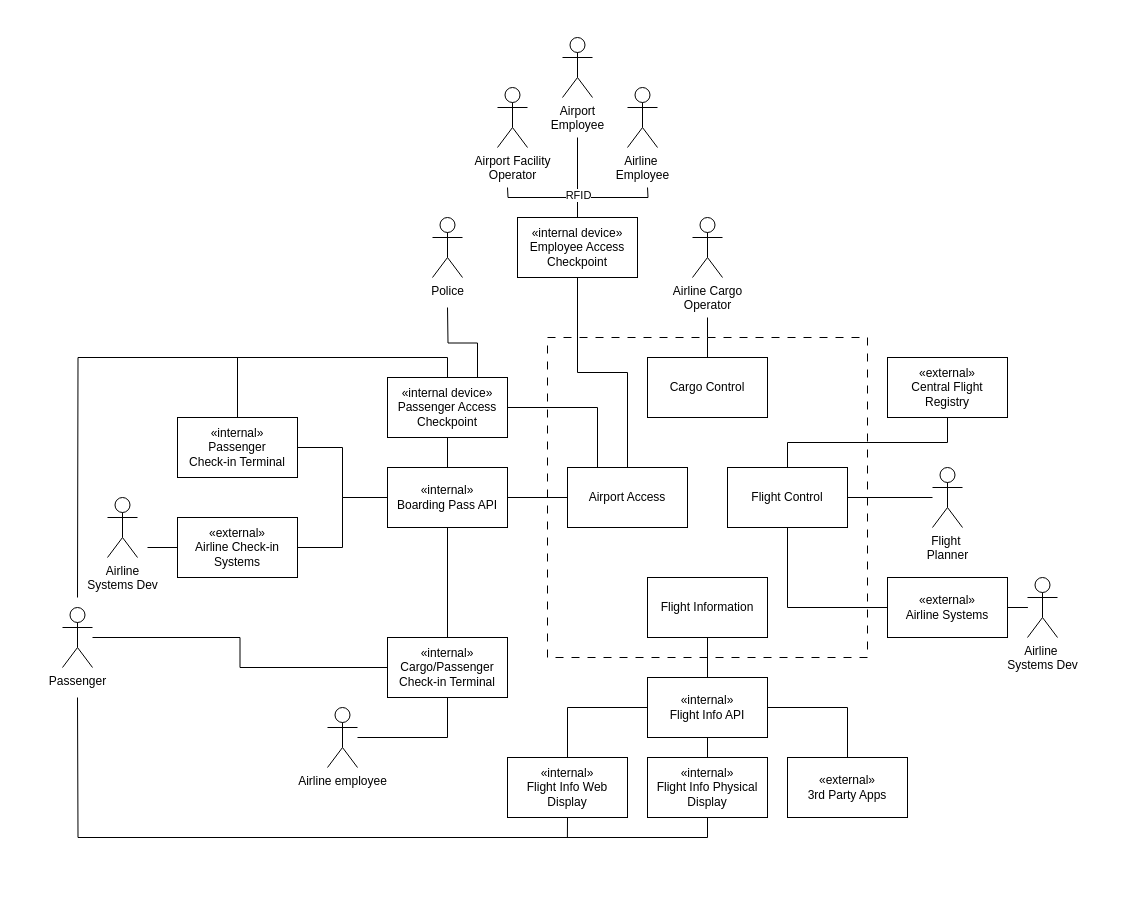
Earlier version of the draw.io diagram Diagrams/formal_context_diagram.drawio (oskarbreindahl/Softwarebyggehygge). Source tidied: cells renumbered, new cells numbered last; positions are measured from the earlier drawing's top-left corner, leaving out a move shared by most shapes. Both pictures are drawn from the tidied source at 100%, with x=0, y=0 at pixel (62, 37).
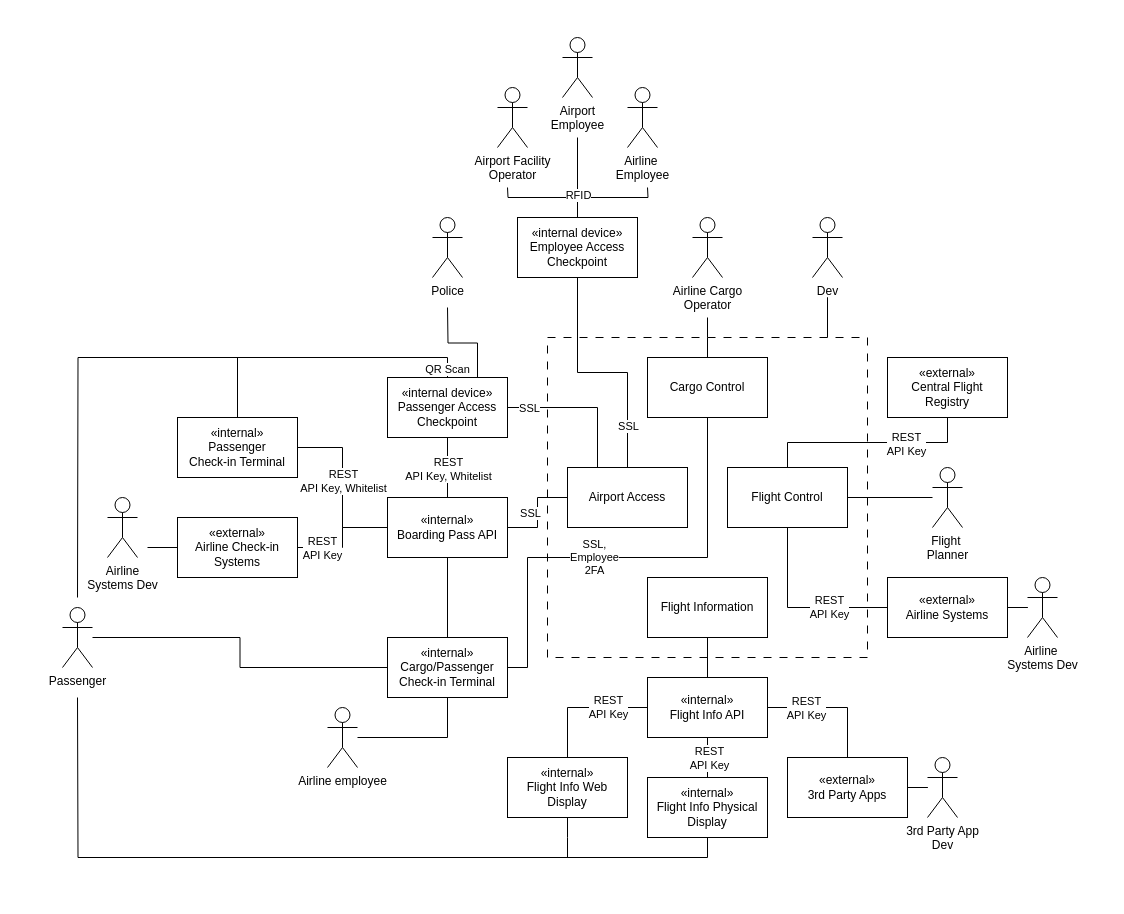
Above is the later version.

The change refers to these unchanged cells:
```xml
<mxCell id="2" style="rounded=0;whiteSpace=wrap;html=1;strokeColor=default;dashed=1;dashPattern=8 8;fillColor=none;" parent="1" vertex="1">
  <mxGeometry x="485" y="300" width="320" height="320" as="geometry" />
</mxCell>
<mxCell id="4" value="Cargo Control" style="rounded=0;whiteSpace=wrap;html=1;" parent="1" vertex="1">
  <mxGeometry x="585" y="320" width="120" height="60" as="geometry" />
</mxCell>
<mxCell id="6" style="edgeStyle=orthogonalEdgeStyle;rounded=0;jettySize=auto;html=1;exitX=0.5;exitY=0;exitDx=0;exitDy=0;entryX=0.5;entryY=1;entryDx=0;entryDy=0;strokeColor=default;align=center;verticalAlign=middle;fontFamily=Helvetica;fontSize=11;fontColor=default;labelBackgroundColor=default;endArrow=none;endFill=0;" parent="1" edge="1" source="8" target="16">
  <mxGeometry relative="1" as="geometry" />
</mxCell>
<mxCell id="7" style="edgeStyle=orthogonalEdgeStyle;rounded=0;jettySize=auto;html=1;exitX=0.5;exitY=1;exitDx=0;exitDy=0;entryX=0;entryY=0.5;entryDx=0;entryDy=0;strokeColor=default;align=center;verticalAlign=middle;fontFamily=Helvetica;fontSize=11;fontColor=default;labelBackgroundColor=default;endArrow=none;endFill=0;" parent="1" edge="1" source="8" target="18">
  <mxGeometry relative="1" as="geometry" />
</mxCell>
<mxCell id="9" style="edgeStyle=orthogonalEdgeStyle;rounded=0;jettySize=auto;html=1;exitX=0;exitY=0.5;exitDx=0;exitDy=0;entryX=1;entryY=0.5;entryDx=0;entryDy=0;strokeColor=default;align=center;verticalAlign=middle;fontFamily=Helvetica;fontSize=11;fontColor=default;labelBackgroundColor=default;endArrow=none;endFill=0;" parent="1" edge="1" source="12" target="27">
  <mxGeometry relative="1" as="geometry" />
</mxCell>
<mxCell id="10" style="edgeStyle=orthogonalEdgeStyle;rounded=0;jettySize=auto;html=1;exitX=0.25;exitY=0;exitDx=0;exitDy=0;entryX=1;entryY=0.5;entryDx=0;entryDy=0;strokeColor=default;align=center;verticalAlign=middle;fontFamily=Helvetica;fontSize=11;fontColor=default;labelBackgroundColor=default;endArrow=none;endFill=0;" parent="1" edge="1" source="12" target="36">
  <mxGeometry relative="1" as="geometry" />
</mxCell>
<mxCell id="11" style="edgeStyle=orthogonalEdgeStyle;rounded=0;jettySize=auto;html=1;exitX=0.5;exitY=0;exitDx=0;exitDy=0;entryX=0.5;entryY=1;entryDx=0;entryDy=0;strokeColor=default;align=center;verticalAlign=middle;fontFamily=Helvetica;fontSize=11;fontColor=default;labelBackgroundColor=default;endArrow=none;endFill=0;" parent="1" edge="1" source="12" target="53">
  <mxGeometry relative="1" as="geometry" />
</mxCell>
<mxCell id="20" style="edgeStyle=orthogonalEdgeStyle;rounded=0;jettySize=auto;html=1;exitX=1;exitY=0.5;exitDx=0;exitDy=0;entryX=0.5;entryY=0;entryDx=0;entryDy=0;strokeColor=default;align=center;verticalAlign=middle;fontFamily=Helvetica;fontSize=11;fontColor=default;labelBackgroundColor=default;endArrow=none;endFill=0;" parent="1" edge="1" source="22" target="33">
  <mxGeometry relative="1" as="geometry" />
</mxCell>
<mxCell id="21" style="edgeStyle=orthogonalEdgeStyle;rounded=0;jettySize=auto;html=1;exitX=0;exitY=0.5;exitDx=0;exitDy=0;entryX=0.5;entryY=0;entryDx=0;entryDy=0;strokeColor=default;align=center;verticalAlign=middle;fontFamily=Helvetica;fontSize=11;fontColor=default;labelBackgroundColor=default;endArrow=none;endFill=0;" parent="1" edge="1" source="22" target="29">
  <mxGeometry relative="1" as="geometry" />
</mxCell>
<mxCell id="24" style="edgeStyle=orthogonalEdgeStyle;rounded=0;jettySize=auto;html=1;exitX=0.5;exitY=0;exitDx=0;exitDy=0;entryX=0.5;entryY=1;entryDx=0;entryDy=0;strokeColor=default;align=center;verticalAlign=middle;fontFamily=Helvetica;fontSize=11;fontColor=default;labelBackgroundColor=default;endArrow=none;endFill=0;" parent="1" edge="1" source="27" target="36">
  <mxGeometry relative="1" as="geometry" />
</mxCell>
<mxCell id="26" style="edgeStyle=orthogonalEdgeStyle;rounded=0;jettySize=auto;html=1;exitX=0;exitY=0.5;exitDx=0;exitDy=0;entryX=1;entryY=0.5;entryDx=0;entryDy=0;strokeColor=default;align=center;verticalAlign=middle;fontFamily=Helvetica;fontSize=11;fontColor=default;labelBackgroundColor=default;endArrow=none;endFill=0;" parent="1" edge="1" source="27" target="42">
  <mxGeometry relative="1" as="geometry" />
</mxCell>
<mxCell id="29" value="&lt;div&gt;&lt;font style=&quot;font-size: 12px;&quot;&gt;«internal»&lt;/font&gt;&lt;/div&gt;&lt;div&gt;&lt;font style=&quot;font-size: 12px;&quot;&gt;Flight Info Web Display&lt;br&gt;&lt;/font&gt;&lt;/div&gt;" style="html=1;whiteSpace=wrap;rounded=0;strokeColor=default;align=center;verticalAlign=middle;fontFamily=Helvetica;fontSize=11;fontColor=default;labelBackgroundColor=default;fillColor=default;" parent="1" vertex="1">
  <mxGeometry x="445" y="720" width="120" height="60" as="geometry" />
</mxCell>
<mxCell id="30" style="edgeStyle=orthogonalEdgeStyle;rounded=0;jettySize=auto;html=1;exitX=0.5;exitY=0;exitDx=0;exitDy=0;strokeColor=default;align=center;verticalAlign=middle;fontFamily=Helvetica;fontSize=11;fontColor=default;labelBackgroundColor=default;endArrow=none;endFill=0;" parent="1" edge="1" source="32" target="22">
  <mxGeometry relative="1" as="geometry" />
</mxCell>
<mxCell id="33" value="&lt;div&gt;&lt;font style=&quot;font-size: 12px;&quot;&gt;«external»&lt;/font&gt;&lt;/div&gt;&lt;div&gt;&lt;font style=&quot;font-size: 12px;&quot;&gt;3rd Party Apps&lt;br&gt;&lt;/font&gt;&lt;/div&gt;" style="html=1;whiteSpace=wrap;rounded=0;strokeColor=default;align=center;verticalAlign=middle;fontFamily=Helvetica;fontSize=11;fontColor=default;labelBackgroundColor=default;fillColor=default;" parent="1" vertex="1">
  <mxGeometry x="725" y="720" width="120" height="60" as="geometry" />
</mxCell>
<mxCell id="34" style="edgeStyle=orthogonalEdgeStyle;rounded=0;jettySize=auto;html=1;exitX=0.5;exitY=0;exitDx=0;exitDy=0;strokeColor=default;align=center;verticalAlign=middle;fontFamily=Helvetica;fontSize=11;fontColor=default;labelBackgroundColor=default;endArrow=none;endFill=0;" parent="1" edge="1" source="36">
  <mxGeometry relative="1" as="geometry">
    <mxPoint x="15" y="560" as="targetPoint" />
  </mxGeometry>
</mxCell>
<mxCell id="37" value="&lt;div&gt;&lt;font style=&quot;font-size: 12px;&quot;&gt;«internal»&lt;/font&gt;&lt;/div&gt;&lt;div&gt;&lt;font style=&quot;font-size: 12px;&quot;&gt;Cargo/Passenger&lt;/font&gt;&lt;/div&gt;&lt;div&gt;&lt;font style=&quot;font-size: 12px;&quot;&gt;Check-in Terminal&lt;br&gt;&lt;/font&gt;&lt;/div&gt;" style="html=1;whiteSpace=wrap;rounded=0;strokeColor=default;align=center;verticalAlign=middle;fontFamily=Helvetica;fontSize=11;fontColor=default;labelBackgroundColor=default;fillColor=default;" parent="1" vertex="1">
  <mxGeometry x="325" y="600" width="120" height="60" as="geometry" />
</mxCell>
<mxCell id="38" style="edgeStyle=orthogonalEdgeStyle;rounded=0;jettySize=auto;html=1;exitX=1;exitY=0.5;exitDx=0;exitDy=0;entryX=0;entryY=0.5;entryDx=0;entryDy=0;strokeColor=default;align=center;verticalAlign=middle;fontFamily=Helvetica;fontSize=11;fontColor=default;labelBackgroundColor=default;endArrow=none;endFill=0;" parent="1" edge="1" source="40" target="27">
  <mxGeometry relative="1" as="geometry" />
</mxCell>
```

What changed in the source:
```diff
@@
+    <mxCell id="57" style="rounded=0;whiteSpace=wrap;html=1;strokeColor=none;align=center;verticalAlign=middle;fontFamily=Helvetica;fontSize=11;fontColor=default;labelBackgroundColor=default;fillColor=default;" parent="1" vertex="1">
+      <mxGeometry x="-45" y="-20" width="1090" height="880" as="geometry" />
+    </mxCell>
@@
+    <mxCell id="58" style="edgeStyle=orthogonalEdgeStyle;rounded=0;jettySize=auto;html=1;exitX=0.5;exitY=1;exitDx=0;exitDy=0;entryX=1;entryY=0.5;entryDx=0;entryDy=0;strokeColor=default;align=center;verticalAlign=middle;fontFamily=Helvetica;fontSize=11;fontColor=default;labelBackgroundColor=default;endArrow=none;endFill=0;" parent="1" edge="1" source="4" target="37">
+      <mxGeometry relative="1" as="geometry">
+        <Array as="points">
+          <mxPoint x="645" y="520" />
+          <mxPoint x="465" y="520" />
+          <mxPoint x="465" y="630" />
+        </Array>
+      </mxGeometry>
+    </mxCell>
+    <mxCell id="59" value="&lt;div&gt;SSL, &lt;br&gt;&lt;/div&gt;&lt;div&gt;Employee&lt;/div&gt;&lt;div&gt;2FA&lt;br&gt;&lt;/div&gt;" style="edgeLabel;html=1;align=center;verticalAlign=middle;rounded=0;strokeColor=default;fontFamily=Helvetica;fontSize=11;fontColor=default;labelBackgroundColor=default;fillColor=default;" parent="58" vertex="1">
+      <mxGeometry x="0.13" y="-1" relative="1" as="geometry" />
+    </mxCell>
@@
+    <mxCell id="60" value="&lt;div&gt;REST &lt;br&gt;&lt;/div&gt;&lt;div&gt;API Key&lt;br&gt;&lt;/div&gt;" style="edgeLabel;html=1;align=center;verticalAlign=middle;rounded=0;strokeColor=default;fontFamily=Helvetica;fontSize=11;fontColor=default;labelBackgroundColor=default;fillColor=default;" parent="6" vertex="1">
+      <mxGeometry x="0.36" y="-1" relative="1" as="geometry" />
+    </mxCell>
@@
+    <mxCell id="61" value="&lt;div&gt;REST&lt;/div&gt;&lt;div&gt;API Key&lt;br&gt;&lt;/div&gt;" style="edgeLabel;html=1;align=center;verticalAlign=middle;rounded=0;strokeColor=default;fontFamily=Helvetica;fontSize=11;fontColor=default;labelBackgroundColor=default;fillColor=default;" parent="7" vertex="1">
+      <mxGeometry x="0.34" y="1" relative="1" as="geometry" />
+    </mxCell>
@@
+    <mxCell id="62" value="SSL" style="edgeLabel;html=1;align=center;verticalAlign=middle;rounded=0;strokeColor=default;fontFamily=Helvetica;fontSize=11;fontColor=default;labelBackgroundColor=default;fillColor=default;" parent="9" vertex="1">
+      <mxGeometry x="0.03" y="1" relative="1" as="geometry">
+        <mxPoint x="-9" y="-1" as="offset" />
+      </mxGeometry>
+    </mxCell>
@@
+    <mxCell id="63" value="SSL" style="edgeLabel;html=1;align=center;verticalAlign=middle;rounded=0;strokeColor=default;fontFamily=Helvetica;fontSize=11;fontColor=default;labelBackgroundColor=default;fillColor=default;" parent="10" vertex="1">
+      <mxGeometry x="0.75" y="1" relative="1" as="geometry">
+        <mxPoint x="2" y="-1" as="offset" />
+      </mxGeometry>
+    </mxCell>
@@
+    <mxCell id="64" value="SSL" style="edgeLabel;html=1;align=center;verticalAlign=middle;rounded=0;strokeColor=default;fontFamily=Helvetica;fontSize=11;fontColor=default;labelBackgroundColor=default;fillColor=default;" parent="11" vertex="1">
+      <mxGeometry x="-0.65" relative="1" as="geometry" />
+    </mxCell>
@@
+    <mxCell id="65" value="&lt;div&gt;REST&lt;/div&gt;&lt;div&gt;API Key&lt;br&gt;&lt;/div&gt;" style="edgeLabel;html=1;align=center;verticalAlign=middle;rounded=0;strokeColor=default;fontFamily=Helvetica;fontSize=11;fontColor=default;labelBackgroundColor=default;fillColor=default;" parent="20" vertex="1">
+      <mxGeometry x="-0.42" relative="1" as="geometry" />
+    </mxCell>
@@
+    <mxCell id="66" value="&lt;div&gt;REST&lt;/div&gt;&lt;div&gt;API Key&lt;br&gt;&lt;/div&gt;" style="edgeLabel;html=1;align=center;verticalAlign=middle;rounded=0;strokeColor=default;fontFamily=Helvetica;fontSize=11;fontColor=default;labelBackgroundColor=default;fillColor=default;" parent="21" vertex="1">
+      <mxGeometry x="-0.39" y="-1" relative="1" as="geometry" />
+    </mxCell>
@@
+    <mxCell id="67" value="&lt;div&gt;REST&lt;/div&gt;&lt;div&gt;API Key, Whitelist&lt;br&gt;&lt;/div&gt;" style="edgeLabel;html=1;align=center;verticalAlign=middle;rounded=0;strokeColor=default;fontFamily=Helvetica;fontSize=11;fontColor=default;labelBackgroundColor=default;fillColor=default;" parent="24" vertex="1">
+      <mxGeometry x="-0.02" relative="1" as="geometry" />
+    </mxCell>
@@
+    <mxCell id="68" value="&lt;div&gt;REST&lt;/div&gt;&lt;div&gt;API Key, Whitelist&lt;br&gt;&lt;/div&gt;" style="edgeLabel;html=1;align=center;verticalAlign=middle;rounded=0;strokeColor=default;fontFamily=Helvetica;fontSize=11;fontColor=default;labelBackgroundColor=default;fillColor=default;" parent="26" vertex="1">
+      <mxGeometry x="0.08" relative="1" as="geometry" />
+    </mxCell>
     <mxCell id="27" value="&lt;div&gt;&lt;font style=&quot;font-size: 12px;&quot;&gt;«internal»&lt;/font&gt;&lt;/div&gt;&lt;div&gt;&lt;font style=&quot;font-size: 12px;&quot;&gt;Boarding Pass API&lt;br&gt;&lt;/font&gt;&lt;/div&gt;" style="html=1;whiteSpace=wrap;rounded=0;strokeColor=default;align=center;verticalAlign=middle;fontFamily=Helvetica;fontSize=11;fontColor=default;labelBackgroundColor=default;fillColor=default;" parent="1" vertex="1">
-      <mxGeometry x="325" y="430" width="120" height="60" as="geometry" />
+      <mxGeometry x="325" y="460" width="120" height="60" as="geometry" />
     </mxCell>
-    <mxCell id="28" style="edgeStyle=orthogonalEdgeStyle;rounded=0;jettySize=auto;html=1;exitX=0.5;exitY=1;exitDx=0;exitDy=0;strokeColor=default;align=center;verticalAlign=middle;fontFamily=Helvetica;fontSize=11;fontColor=default;labelBackgroundColor=default;endArrow=none;endFill=0;" parent="1" edge="1" source="29">
-      <mxGeometry relative="1" as="geometry">
-        <mxPoint x="504.9" y="800" as="targetPoint" />
-      </mxGeometry>
-    </mxCell>
+    <mxCell id="69" style="edgeStyle=orthogonalEdgeStyle;rounded=0;jettySize=auto;html=1;exitX=0.5;exitY=1;exitDx=0;exitDy=0;strokeColor=default;align=center;verticalAlign=middle;fontFamily=Helvetica;fontSize=11;fontColor=default;labelBackgroundColor=default;endArrow=none;endFill=0;" parent="1" edge="1" source="29">
+      <mxGeometry relative="1" as="geometry">
+        <mxPoint x="505" y="820" as="targetPoint" />
+      </mxGeometry>
+    </mxCell>
@@
+    <mxCell id="70" value="&lt;div&gt;REST&lt;/div&gt;&lt;div&gt;API Key&lt;br&gt;&lt;/div&gt;" style="edgeLabel;html=1;align=center;verticalAlign=middle;rounded=0;strokeColor=default;fontFamily=Helvetica;fontSize=11;fontColor=default;labelBackgroundColor=default;fillColor=default;" parent="30" vertex="1">
+      <mxGeometry x="0.02" y="-1" relative="1" as="geometry" />
+    </mxCell>
@@
     <mxCell id="32" value="&lt;div&gt;&lt;font style=&quot;font-size: 12px;&quot;&gt;«internal»&lt;/font&gt;&lt;/div&gt;&lt;div&gt;&lt;font style=&quot;font-size: 12px;&quot;&gt;Flight Info Physical Display&lt;br&gt;&lt;/font&gt;&lt;/div&gt;" style="html=1;whiteSpace=wrap;rounded=0;strokeColor=default;align=center;verticalAlign=middle;fontFamily=Helvetica;fontSize=11;fontColor=default;labelBackgroundColor=default;fillColor=default;" parent="1" vertex="1">
-      <mxGeometry x="585" y="720" width="120" height="60" as="geometry" />
+      <mxGeometry x="585" y="740" width="120" height="60" as="geometry" />
     </mxCell>
+    <mxCell id="71" style="edgeStyle=orthogonalEdgeStyle;rounded=0;jettySize=auto;html=1;exitX=1;exitY=0.5;exitDx=0;exitDy=0;strokeColor=default;align=center;verticalAlign=middle;fontFamily=Helvetica;fontSize=11;fontColor=default;labelBackgroundColor=default;endArrow=none;endFill=0;" parent="1" edge="1" source="33" target="77">
+      <mxGeometry relative="1" as="geometry" />
+    </mxCell>
@@
+    <mxCell id="72" value="QR Scan" style="edgeLabel;html=1;align=center;verticalAlign=middle;rounded=0;strokeColor=default;fontFamily=Helvetica;fontSize=11;fontColor=default;labelBackgroundColor=default;fillColor=default;" parent="34" vertex="1">
+      <mxGeometry x="-0.97" y="1" relative="1" as="geometry" />
+    </mxCell>
@@
+    <mxCell id="73" value="&lt;div&gt;REST&lt;/div&gt;API Key" style="edgeLabel;html=1;align=center;verticalAlign=middle;rounded=0;strokeColor=default;fontFamily=Helvetica;fontSize=11;fontColor=default;labelBackgroundColor=default;fillColor=default;" parent="38" vertex="1">
+      <mxGeometry x="-0.57" relative="1" as="geometry" />
+    </mxCell>
@@
+    <mxCell id="74" value="Dev" style="shape=umlActor;verticalLabelPosition=bottom;verticalAlign=top;html=1;" parent="1" vertex="1">
+      <mxGeometry x="750" y="180" width="30" height="60" as="geometry" />
+    </mxCell>
+    <mxCell id="75" style="endArrow=none;html=1;rounded=0;strokeColor=default;align=center;verticalAlign=middle;fontFamily=Helvetica;fontSize=11;fontColor=default;labelBackgroundColor=default;edgeStyle=orthogonalEdgeStyle;" parent="1" edge="1">
+      <mxGeometry relative="1" as="geometry">
+        <mxPoint x="765" y="290" as="sourcePoint" />
+        <mxPoint x="765" y="260" as="targetPoint" />
+      </mxGeometry>
+    </mxCell>
+    <mxCell id="76" style="endArrow=none;html=1;rounded=0;strokeColor=default;align=center;verticalAlign=middle;fontFamily=Helvetica;fontSize=11;fontColor=default;labelBackgroundColor=default;edgeStyle=orthogonalEdgeStyle;exitX=0.875;exitY=0;exitDx=0;exitDy=0;exitPerimeter=0;" parent="1" edge="1" source="2">
+      <mxGeometry relative="1" as="geometry">
+        <mxPoint x="765" y="260" as="targetPoint" />
+      </mxGeometry>
+    </mxCell>
+    <mxCell id="77" value="&lt;div&gt;3rd Party App&lt;/div&gt;&lt;div&gt;Dev&lt;br&gt;&lt;/div&gt;" style="shape=umlActor;verticalLabelPosition=bottom;verticalAlign=top;html=1;outlineConnect=0;" parent="1" vertex="1">
+      <mxGeometry x="865" y="720" width="30" height="60" as="geometry" />
+    </mxCell>
```
